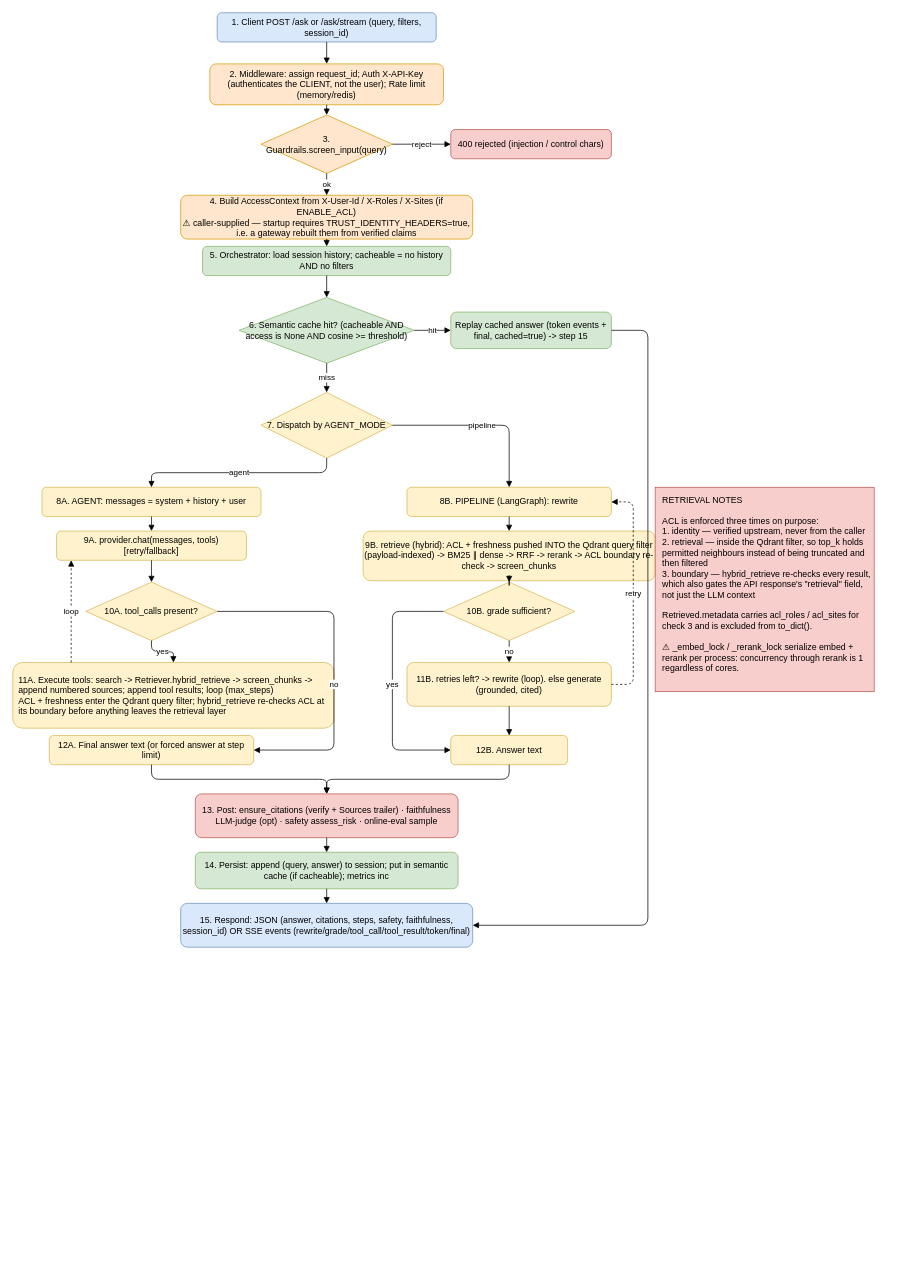
Earlier version of the draw.io diagram page "LLD - Query Flow" (1 of 2) of docs/design/lld.drawio (Nirmalnk05/rag_project). Source tidied: cells renumbered, new cells numbered last; positions are measured from the earlier drawing's top-left corner, leaving out a move shared by most shapes. Both pictures are drawn from the tidied source at 73%, with x=0, y=0 at pixel (12, 12).
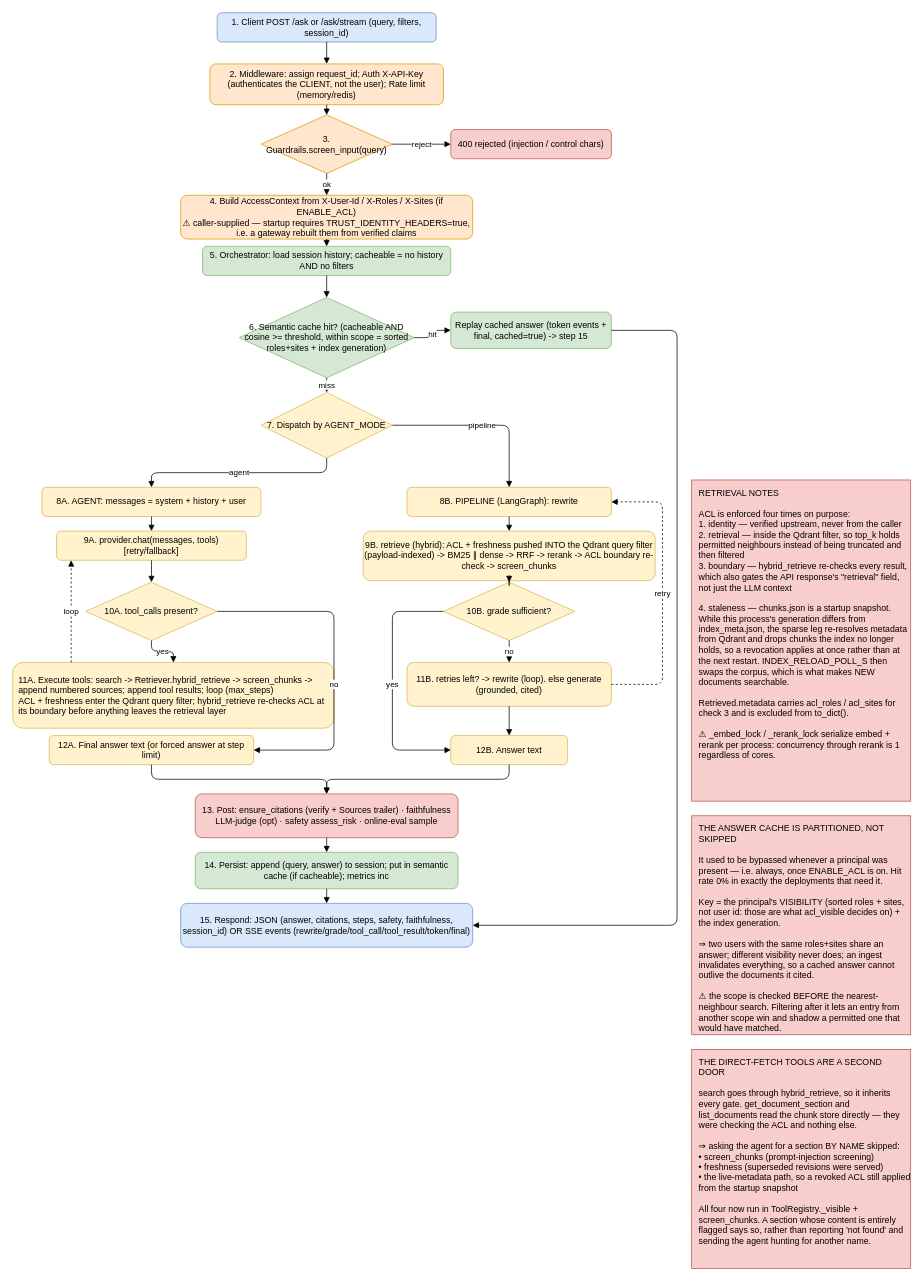
The same diagram, later.

The change refers to these unchanged cells:
```xml
<mxCell id="9" value="Replay cached answer (token events + final, cached=true) -&gt; step 15" style="rounded=1;whiteSpace=wrap;html=1;fillColor=#d5e8d4;strokeColor=#82b366;" parent="1" vertex="1">
  <mxGeometry x="600" y="410" width="220" height="50" as="geometry" />
</mxCell>
<mxCell id="16" value="8B. PIPELINE (LangGraph): rewrite" style="rounded=1;whiteSpace=wrap;html=1;fillColor=#fff2cc;strokeColor=#d6b656;" parent="1" vertex="1">
  <mxGeometry x="540" y="650" width="280" height="40" as="geometry" />
</mxCell>
<mxCell id="19" value="11B. retries left? -&gt; rewrite (loop). else generate (grounded, cited)" style="rounded=1;whiteSpace=wrap;html=1;fillColor=#fff2cc;strokeColor=#d6b656;" parent="1" vertex="1">
  <mxGeometry x="540" y="890" width="280" height="60" as="geometry" />
</mxCell>
<mxCell id="24" value="15. Respond: JSON (answer, citations, steps, safety, faithfulness, session_id) OR SSE events (rewrite/grade/tool_call/tool_result/token/final)" style="rounded=1;whiteSpace=wrap;html=1;fillColor=#dae8fc;strokeColor=#6c8ebf;" parent="1" vertex="1">
  <mxGeometry x="230" y="1220" width="400" height="60" as="geometry" />
</mxCell>
```

The edit, as a diff of the source:
```diff
@@
-    <mxCell id="8" value="6. Semantic cache hit? (cacheable AND access is None AND cosine &gt;= threshold)" style="rhombus;whiteSpace=wrap;html=1;fillColor=#d5e8d4;strokeColor=#82b366;" parent="1" vertex="1">
-      <mxGeometry x="310" y="390" width="240" height="90" as="geometry" />
+    <mxCell id="8" value="6. Semantic cache hit? (cacheable AND cosine &gt;= threshold, within scope = sorted roles+sites + index generation)" style="rhombus;whiteSpace=wrap;html=1;fillColor=#d5e8d4;strokeColor=#82b366;" parent="1" vertex="1">
+      <mxGeometry x="310" y="390" width="240" height="110" as="geometry" />
     </mxCell>
@@
-    <mxCell id="20" value="RETRIEVAL NOTES&#10;&#10;ACL is enforced three times on purpose:&#10;1. identity — verified upstream, never from the caller&#10;2. retrieval — inside the Qdrant filter, so top_k holds permitted neighbours instead of being truncated and then filtered&#10;3. boundary — hybrid_retrieve re-checks every result, which also gates the API response's &quot;retrieval&quot; field, not just the LLM context&#10;&#10;Retrieved.metadata carries acl_roles / acl_sites for check 3 and is excluded from to_dict().&#10;&#10;⚠ _embed_lock / _rerank_lock serialize embed + rerank per process: concurrency through rerank is 1 regardless of cores." style="rounded=0;whiteSpace=wrap;html=1;align=left;fillColor=#f8cecc;strokeColor=#b85450;spacingLeft=8;verticalAlign=top;spacingTop=4;" parent="1" vertex="1">
-      <mxGeometry x="880" y="650" width="300" height="280" as="geometry" />
+    <mxCell id="20" value="RETRIEVAL NOTES&#10;&#10;ACL is enforced four times on purpose:&#10;1. identity — verified upstream, never from the caller&#10;2. retrieval — inside the Qdrant filter, so top_k holds permitted neighbours instead of being truncated and then filtered&#10;3. boundary — hybrid_retrieve re-checks every result, which also gates the API response's &quot;retrieval&quot; field, not just the LLM context&#10;&#10;4. staleness — chunks.json is a startup snapshot. While this process's generation differs from index_meta.json, the sparse leg re-resolves metadata from Qdrant and drops chunks the index no longer holds, so a revocation applies at once rather than at the next restart. INDEX_RELOAD_POLL_S then swaps the corpus, which is what makes NEW documents searchable.&#10;&#10;Retrieved.metadata carries acl_roles / acl_sites for check 3 and is excluded from to_dict().&#10;&#10;⚠ _embed_lock / _rerank_lock serialize embed + rerank per process: concurrency through rerank is 1 regardless of cores." style="rounded=0;whiteSpace=wrap;html=1;align=left;fillColor=#f8cecc;strokeColor=#b85450;spacingLeft=8;verticalAlign=top;spacingTop=4;" parent="1" vertex="1">
+      <mxGeometry x="930" y="640" width="300" height="440" as="geometry" />
     </mxCell>
@@
     <mxCell id="43" value="retry" style="edgeStyle=orthogonalEdgeStyle;html=1;endArrow=block;dashed=1;" parent="1" edge="1" source="19" target="16">
       <mxGeometry relative="1" as="geometry">
         <Array as="points">
-          <mxPoint x="850" y="920" />
-          <mxPoint x="850" y="670" />
+          <mxPoint x="890" y="920" />
+          <mxPoint x="890" y="670" />
         </Array>
       </mxGeometry>
     </mxCell>
@@
     <mxCell id="50" style="edgeStyle=orthogonalEdgeStyle;html=1;endArrow=block;" parent="1" edge="1" source="9" target="24">
       <mxGeometry relative="1" as="geometry">
         <Array as="points">
-          <mxPoint x="870" y="435" />
-          <mxPoint x="870" y="1250" />
+          <mxPoint x="910" y="435" />
+          <mxPoint x="910" y="1250" />
         </Array>
       </mxGeometry>
     </mxCell>
+    <mxCell id="51" value="THE ANSWER CACHE IS PARTITIONED, NOT SKIPPED&#10;&#10;It used to be bypassed whenever a principal was present — i.e. always, once ENABLE_ACL is on. Hit rate 0% in exactly the deployments that need it.&#10;&#10;Key = the principal's VISIBILITY (sorted roles + sites, not user id: those are what acl_visible decides on) + the index generation.&#10;&#10;⇒ two users with the same roles+sites share an answer; different visibility never does; an ingest invalidates everything, so a cached answer cannot outlive the documents it cited.&#10;&#10;⚠ the scope is checked BEFORE the nearest-neighbour search. Filtering after it lets an entry from another scope win and shadow a permitted one that would have matched." style="rounded=0;whiteSpace=wrap;html=1;align=left;fillColor=#f8cecc;strokeColor=#b85450;spacingLeft=8;verticalAlign=top;spacingTop=4;" parent="1" vertex="1">
+      <mxGeometry x="930" y="1100" width="300" height="300" as="geometry" />
+    </mxCell>
+    <mxCell id="52" value="THE DIRECT-FETCH TOOLS ARE A SECOND DOOR&#10;&#10;search goes through hybrid_retrieve, so it inherits every gate. get_document_section and list_documents read the chunk store directly — they were checking the ACL and nothing else.&#10;&#10;⇒ asking the agent for a section BY NAME skipped:&#10;  • screen_chunks (prompt-injection screening)&#10;  • freshness (superseded revisions were served)&#10;  • the live-metadata path, so a revoked ACL still applied from the startup snapshot&#10;&#10;All four now run in ToolRegistry._visible + screen_chunks. A section whose content is entirely flagged says so, rather than reporting 'not found' and sending the agent hunting for another name." style="rounded=0;whiteSpace=wrap;html=1;align=left;fillColor=#f8cecc;strokeColor=#b85450;spacingLeft=8;verticalAlign=top;spacingTop=4;" parent="1" vertex="1">
+      <mxGeometry x="930" y="1420" width="300" height="300" as="geometry" />
+    </mxCell>
```
